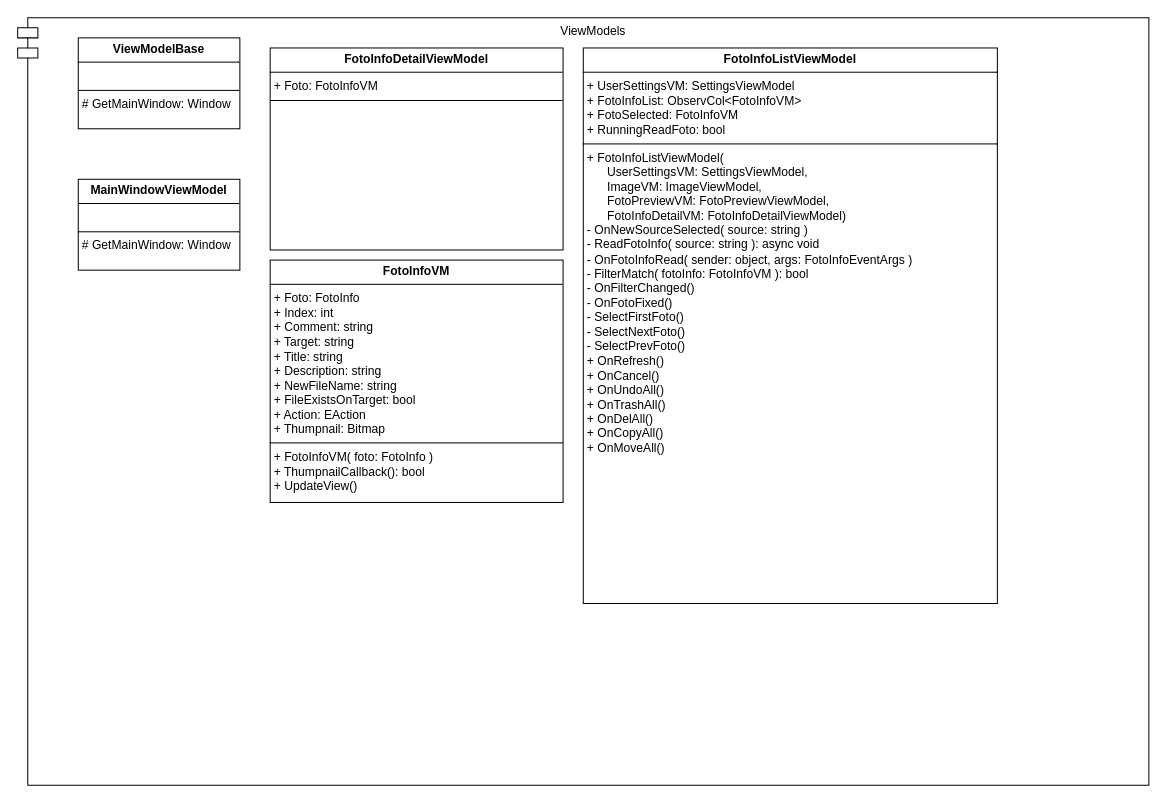
OliverSausA/osFotoFix keeps this draw.io diagram as page "ViewModels" (3 of 6) of DevDoc/osFotoFix-UML.drawio. Above is the earlier version. Source tidied: cells renumbered, new cells numbered last; positions are measured from the earlier drawing's top-left corner, leaving out a move shared by most shapes. Both pictures are drawn from the tidied source at 101%, with x=0, y=0 at pixel (17, 17).
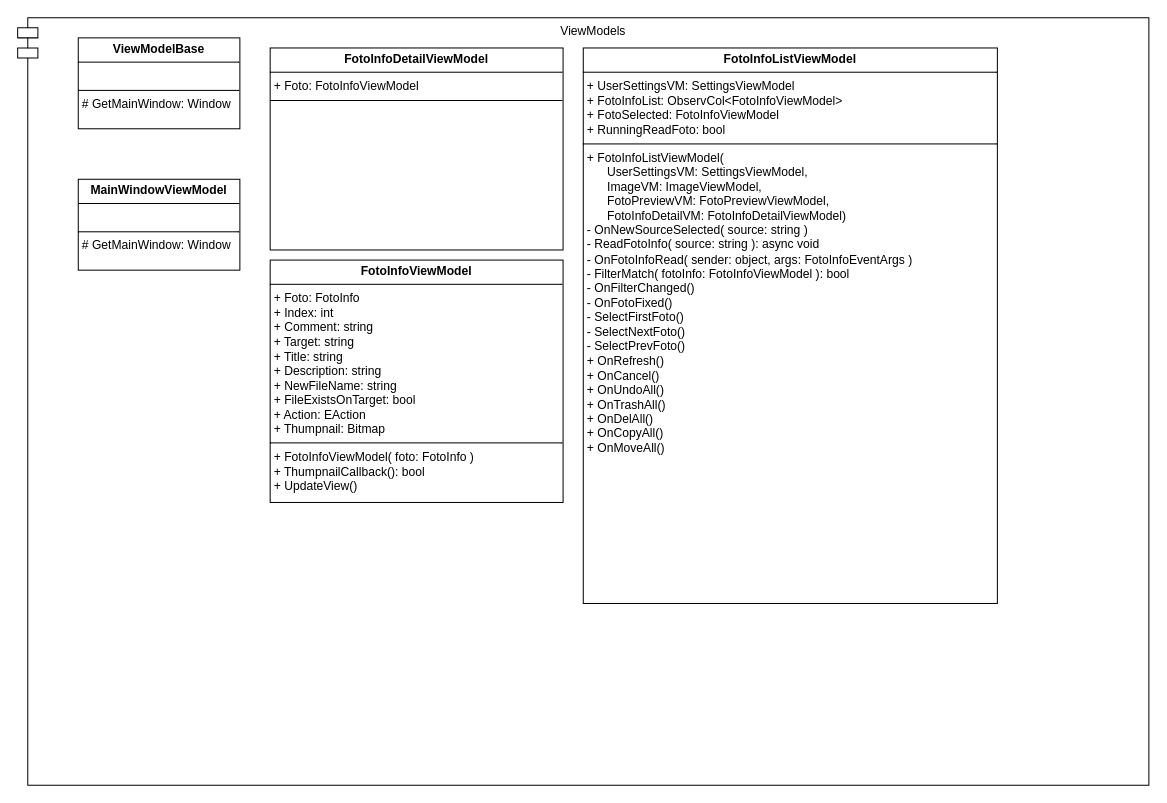
The same page after the edit.

The edit, as a diff of the source:
```diff
@@
 <mxGraphModel>
   <root>
     <mxCell id="0" />
     <mxCell id="1" parent="0" />
     <mxCell id="2" value="ViewModels" style="shape=module;align=left;spacingLeft=20;align=center;verticalAlign=top;whiteSpace=wrap;html=1;" parent="1" vertex="1">
       <mxGeometry width="1120" height="760" as="geometry" />
     </mxCell>
-    <mxCell id="3" value="&lt;p style=&quot;margin:0px;margin-top:4px;text-align:center;&quot;&gt;&lt;b&gt;FotoInfoDetailViewModel&lt;/b&gt;&lt;/p&gt;&lt;hr size=&quot;1&quot; style=&quot;border-style:solid;&quot;&gt;&lt;p style=&quot;margin:0px;margin-left:4px;&quot;&gt;+ Foto: FotoInfoVM&lt;/p&gt;&lt;hr size=&quot;1&quot; style=&quot;border-style:solid;&quot;&gt;&lt;p style=&quot;margin:0px;margin-left:4px;&quot;&gt;&lt;br&gt;&lt;/p&gt;" style="verticalAlign=top;align=left;overflow=fill;html=1;whiteSpace=wrap;" parent="1" vertex="1">
+    <mxCell id="3" value="&lt;p style=&quot;margin:0px;margin-top:4px;text-align:center;&quot;&gt;&lt;b&gt;FotoInfoDetailViewModel&lt;/b&gt;&lt;/p&gt;&lt;hr size=&quot;1&quot; style=&quot;border-style:solid;&quot;&gt;&lt;p style=&quot;margin:0px;margin-left:4px;&quot;&gt;+ Foto: FotoInfoViewModel&lt;/p&gt;&lt;hr size=&quot;1&quot; style=&quot;border-style:solid;&quot;&gt;&lt;p style=&quot;margin:0px;margin-left:4px;&quot;&gt;&lt;br&gt;&lt;/p&gt;" style="verticalAlign=top;align=left;overflow=fill;html=1;whiteSpace=wrap;" parent="1" vertex="1">
       <mxGeometry x="250" y="30" width="290" height="200" as="geometry" />
     </mxCell>
     <mxCell id="4" value="&lt;p style=&quot;margin:0px;margin-top:4px;text-align:center;&quot;&gt;&lt;b&gt;ViewModelBase&lt;/b&gt;&lt;/p&gt;&lt;hr size=&quot;1&quot; style=&quot;border-style:solid;&quot;&gt;&lt;p style=&quot;margin:0px;margin-left:4px;&quot;&gt;&lt;br&gt;&lt;/p&gt;&lt;hr size=&quot;1&quot; style=&quot;border-style:solid;&quot;&gt;&lt;p style=&quot;margin:0px;margin-left:4px;&quot;&gt;# GetMainWindow: Window&lt;/p&gt;" style="verticalAlign=top;align=left;overflow=fill;html=1;whiteSpace=wrap;" parent="1" vertex="1">
       <mxGeometry x="60" y="20" width="160" height="90" as="geometry" />
     </mxCell>
     <mxCell id="5" value="&lt;p style=&quot;margin:0px;margin-top:4px;text-align:center;&quot;&gt;&lt;b&gt;MainWindowViewModel&lt;/b&gt;&lt;/p&gt;&lt;hr size=&quot;1&quot; style=&quot;border-style:solid;&quot;&gt;&lt;p style=&quot;margin:0px;margin-left:4px;&quot;&gt;&lt;br&gt;&lt;/p&gt;&lt;hr size=&quot;1&quot; style=&quot;border-style:solid;&quot;&gt;&lt;p style=&quot;margin:0px;margin-left:4px;&quot;&gt;# GetMainWindow: Window&lt;/p&gt;" style="verticalAlign=top;align=left;overflow=fill;html=1;whiteSpace=wrap;" parent="1" vertex="1">
       <mxGeometry x="60" y="160" width="160" height="90" as="geometry" />
     </mxCell>
-    <mxCell id="6" value="&lt;p style=&quot;margin:0px;margin-top:4px;text-align:center;&quot;&gt;&lt;b&gt;FotoInfoVM&lt;/b&gt;&lt;/p&gt;&lt;hr size=&quot;1&quot; style=&quot;border-style:solid;&quot;&gt;&lt;p style=&quot;margin:0px;margin-left:4px;&quot;&gt;+ Foto: FotoInfo&lt;/p&gt;&lt;p style=&quot;margin:0px;margin-left:4px;&quot;&gt;+ Index: int&lt;/p&gt;&lt;p style=&quot;margin:0px;margin-left:4px;&quot;&gt;+ Comment: string&lt;/p&gt;&lt;p style=&quot;margin:0px;margin-left:4px;&quot;&gt;+ Target: string&lt;/p&gt;&lt;p style=&quot;margin:0px;margin-left:4px;&quot;&gt;+ Title: string&lt;/p&gt;&lt;p style=&quot;margin:0px;margin-left:4px;&quot;&gt;+ Description: string&lt;/p&gt;&lt;p style=&quot;margin:0px;margin-left:4px;&quot;&gt;+ NewFileName: string&lt;/p&gt;&lt;p style=&quot;margin:0px;margin-left:4px;&quot;&gt;+ FileExistsOnTarget: bool&lt;/p&gt;&lt;p style=&quot;margin:0px;margin-left:4px;&quot;&gt;+ Action: EAction&lt;/p&gt;&lt;p style=&quot;margin:0px;margin-left:4px;&quot;&gt;+ Thumpnail: Bitmap&lt;/p&gt;&lt;hr size=&quot;1&quot; style=&quot;border-style:solid;&quot;&gt;&lt;p style=&quot;margin:0px;margin-left:4px;&quot;&gt;+ FotoInfoVM( foto: FotoInfo )&lt;/p&gt;&lt;p style=&quot;margin:0px;margin-left:4px;&quot;&gt;+ ThumpnailCallback(): bool&lt;/p&gt;&lt;p style=&quot;margin:0px;margin-left:4px;&quot;&gt;+ UpdateView()&lt;/p&gt;" style="verticalAlign=top;align=left;overflow=fill;html=1;whiteSpace=wrap;" parent="1" vertex="1">
+    <mxCell id="6" value="&lt;p style=&quot;margin:0px;margin-top:4px;text-align:center;&quot;&gt;&lt;b&gt;FotoInfoViewModel&lt;/b&gt;&lt;/p&gt;&lt;hr size=&quot;1&quot; style=&quot;border-style:solid;&quot;&gt;&lt;p style=&quot;margin:0px;margin-left:4px;&quot;&gt;+ Foto: FotoInfo&lt;/p&gt;&lt;p style=&quot;margin:0px;margin-left:4px;&quot;&gt;+ Index: int&lt;/p&gt;&lt;p style=&quot;margin:0px;margin-left:4px;&quot;&gt;+ Comment: string&lt;/p&gt;&lt;p style=&quot;margin:0px;margin-left:4px;&quot;&gt;+ Target: string&lt;/p&gt;&lt;p style=&quot;margin:0px;margin-left:4px;&quot;&gt;+ Title: string&lt;/p&gt;&lt;p style=&quot;margin:0px;margin-left:4px;&quot;&gt;+ Description: string&lt;/p&gt;&lt;p style=&quot;margin:0px;margin-left:4px;&quot;&gt;+ NewFileName: string&lt;/p&gt;&lt;p style=&quot;margin:0px;margin-left:4px;&quot;&gt;+ FileExistsOnTarget: bool&lt;/p&gt;&lt;p style=&quot;margin:0px;margin-left:4px;&quot;&gt;+ Action: EAction&lt;/p&gt;&lt;p style=&quot;margin:0px;margin-left:4px;&quot;&gt;+ Thumpnail: Bitmap&lt;/p&gt;&lt;hr size=&quot;1&quot; style=&quot;border-style:solid;&quot;&gt;&lt;p style=&quot;margin:0px;margin-left:4px;&quot;&gt;+ FotoInfoViewModel( foto: FotoInfo )&lt;/p&gt;&lt;p style=&quot;margin:0px;margin-left:4px;&quot;&gt;+ ThumpnailCallback(): bool&lt;/p&gt;&lt;p style=&quot;margin:0px;margin-left:4px;&quot;&gt;+ UpdateView()&lt;/p&gt;" style="verticalAlign=top;align=left;overflow=fill;html=1;whiteSpace=wrap;" parent="1" vertex="1">
       <mxGeometry x="250" y="240" width="290" height="240" as="geometry" />
     </mxCell>
-    <mxCell id="7" value="&lt;p style=&quot;margin:0px;margin-top:4px;text-align:center;&quot;&gt;&lt;b&gt;FotoInfoListViewModel&lt;/b&gt;&lt;/p&gt;&lt;hr size=&quot;1&quot; style=&quot;border-style:solid;&quot;&gt;&lt;p style=&quot;margin:0px;margin-left:4px;&quot;&gt;+ UserSettingsVM: SettingsViewModel&lt;/p&gt;&lt;p style=&quot;margin:0px;margin-left:4px;&quot;&gt;+ FotoInfoList: ObservCol&amp;lt;FotoInfoVM&amp;gt;&lt;/p&gt;&lt;p style=&quot;margin:0px;margin-left:4px;&quot;&gt;+ FotoSelected: FotoInfoVM&lt;/p&gt;&lt;p style=&quot;margin:0px;margin-left:4px;&quot;&gt;+ RunningReadFoto: bool&lt;/p&gt;&lt;hr size=&quot;1&quot; style=&quot;border-style:solid;&quot;&gt;&lt;p style=&quot;margin:0px;margin-left:4px;&quot;&gt;+ FotoInfoListViewModel(&lt;br&gt;&lt;/p&gt;&lt;p style=&quot;margin:0px;margin-left:4px;&quot;&gt;&amp;nbsp; &amp;nbsp; &amp;nbsp; UserSettingsVM: SettingsViewModel,&lt;/p&gt;&lt;p style=&quot;margin:0px;margin-left:4px;&quot;&gt;&amp;nbsp; &amp;nbsp; &amp;nbsp; ImageVM: ImageViewModel,&lt;/p&gt;&lt;p style=&quot;margin:0px;margin-left:4px;&quot;&gt;&amp;nbsp; &amp;nbsp; &amp;nbsp; FotoPreviewVM: FotoPreviewViewModel,&lt;/p&gt;&lt;p style=&quot;margin:0px;margin-left:4px;&quot;&gt;&amp;nbsp; &amp;nbsp; &amp;nbsp; FotoInfoDetailVM: FotoInfoDetailViewModel)&lt;/p&gt;&lt;p style=&quot;margin:0px;margin-left:4px;&quot;&gt;- OnNewSourceSelected( source: string )&lt;/p&gt;&lt;p style=&quot;margin:0px;margin-left:4px;&quot;&gt;- ReadFotoInfo( source: string ): async void&lt;/p&gt;&lt;p style=&quot;margin:0px;margin-left:4px;&quot;&gt;- OnFotoInfoRead( sender: object, args: FotoInfoEventArgs )&lt;/p&gt;&lt;p style=&quot;margin:0px;margin-left:4px;&quot;&gt;- FilterMatch( fotoInfo: FotoInfoVM ): bool&lt;/p&gt;&lt;p style=&quot;margin:0px;margin-left:4px;&quot;&gt;- OnFilterChanged()&lt;/p&gt;&lt;p style=&quot;margin:0px;margin-left:4px;&quot;&gt;- OnFotoFixed()&lt;/p&gt;&lt;p style=&quot;margin:0px;margin-left:4px;&quot;&gt;- SelectFirstFoto()&lt;/p&gt;&lt;p style=&quot;margin:0px;margin-left:4px;&quot;&gt;- SelectNextFoto()&lt;/p&gt;&lt;p style=&quot;margin:0px;margin-left:4px;&quot;&gt;- SelectPrevFoto()&lt;/p&gt;&lt;p style=&quot;margin:0px;margin-left:4px;&quot;&gt;+ OnRefresh()&lt;/p&gt;&lt;p style=&quot;margin:0px;margin-left:4px;&quot;&gt;+ OnCancel()&lt;/p&gt;&lt;p style=&quot;margin:0px;margin-left:4px;&quot;&gt;+ OnUndoAll()&lt;/p&gt;&lt;p style=&quot;margin:0px;margin-left:4px;&quot;&gt;+ OnTrashAll()&lt;/p&gt;&lt;p style=&quot;margin:0px;margin-left:4px;&quot;&gt;+ OnDelAll()&lt;/p&gt;&lt;p style=&quot;margin:0px;margin-left:4px;&quot;&gt;+ OnCopyAll()&lt;/p&gt;&lt;p style=&quot;margin:0px;margin-left:4px;&quot;&gt;+ OnMoveAll()&lt;/p&gt;" style="verticalAlign=top;align=left;overflow=fill;html=1;whiteSpace=wrap;" parent="1" vertex="1">
+    <mxCell id="7" value="&lt;p style=&quot;margin:0px;margin-top:4px;text-align:center;&quot;&gt;&lt;b&gt;FotoInfoListViewModel&lt;/b&gt;&lt;/p&gt;&lt;hr size=&quot;1&quot; style=&quot;border-style:solid;&quot;&gt;&lt;p style=&quot;margin:0px;margin-left:4px;&quot;&gt;+ UserSettingsVM: SettingsViewModel&lt;/p&gt;&lt;p style=&quot;margin:0px;margin-left:4px;&quot;&gt;+ FotoInfoList: ObservCol&amp;lt;FotoInfoViewModel&amp;gt;&lt;/p&gt;&lt;p style=&quot;margin:0px;margin-left:4px;&quot;&gt;+ FotoSelected: FotoInfoViewModel&lt;/p&gt;&lt;p style=&quot;margin:0px;margin-left:4px;&quot;&gt;+ RunningReadFoto: bool&lt;/p&gt;&lt;hr size=&quot;1&quot; style=&quot;border-style:solid;&quot;&gt;&lt;p style=&quot;margin:0px;margin-left:4px;&quot;&gt;+ FotoInfoListViewModel(&lt;br&gt;&lt;/p&gt;&lt;p style=&quot;margin:0px;margin-left:4px;&quot;&gt;&amp;nbsp; &amp;nbsp; &amp;nbsp; UserSettingsVM: SettingsViewModel,&lt;/p&gt;&lt;p style=&quot;margin:0px;margin-left:4px;&quot;&gt;&amp;nbsp; &amp;nbsp; &amp;nbsp; ImageVM: ImageViewModel,&lt;/p&gt;&lt;p style=&quot;margin:0px;margin-left:4px;&quot;&gt;&amp;nbsp; &amp;nbsp; &amp;nbsp; FotoPreviewVM: FotoPreviewViewModel,&lt;/p&gt;&lt;p style=&quot;margin:0px;margin-left:4px;&quot;&gt;&amp;nbsp; &amp;nbsp; &amp;nbsp; FotoInfoDetailVM: FotoInfoDetailViewModel)&lt;/p&gt;&lt;p style=&quot;margin:0px;margin-left:4px;&quot;&gt;- OnNewSourceSelected( source: string )&lt;/p&gt;&lt;p style=&quot;margin:0px;margin-left:4px;&quot;&gt;- ReadFotoInfo( source: string ): async void&lt;/p&gt;&lt;p style=&quot;margin:0px;margin-left:4px;&quot;&gt;- OnFotoInfoRead( sender: object, args: FotoInfoEventArgs )&lt;/p&gt;&lt;p style=&quot;margin:0px;margin-left:4px;&quot;&gt;- FilterMatch( fotoInfo: FotoInfoViewModel ): bool&lt;/p&gt;&lt;p style=&quot;margin:0px;margin-left:4px;&quot;&gt;- OnFilterChanged()&lt;/p&gt;&lt;p style=&quot;margin:0px;margin-left:4px;&quot;&gt;- OnFotoFixed()&lt;/p&gt;&lt;p style=&quot;margin:0px;margin-left:4px;&quot;&gt;- SelectFirstFoto()&lt;/p&gt;&lt;p style=&quot;margin:0px;margin-left:4px;&quot;&gt;- SelectNextFoto()&lt;/p&gt;&lt;p style=&quot;margin:0px;margin-left:4px;&quot;&gt;- SelectPrevFoto()&lt;/p&gt;&lt;p style=&quot;margin:0px;margin-left:4px;&quot;&gt;+ OnRefresh()&lt;/p&gt;&lt;p style=&quot;margin:0px;margin-left:4px;&quot;&gt;+ OnCancel()&lt;/p&gt;&lt;p style=&quot;margin:0px;margin-left:4px;&quot;&gt;+ OnUndoAll()&lt;/p&gt;&lt;p style=&quot;margin:0px;margin-left:4px;&quot;&gt;+ OnTrashAll()&lt;/p&gt;&lt;p style=&quot;margin:0px;margin-left:4px;&quot;&gt;+ OnDelAll()&lt;/p&gt;&lt;p style=&quot;margin:0px;margin-left:4px;&quot;&gt;+ OnCopyAll()&lt;/p&gt;&lt;p style=&quot;margin:0px;margin-left:4px;&quot;&gt;+ OnMoveAll()&lt;/p&gt;" style="verticalAlign=top;align=left;overflow=fill;html=1;whiteSpace=wrap;" parent="1" vertex="1">
       <mxGeometry x="560" y="30" width="410" height="550" as="geometry" />
     </mxCell>
   </root>
 </mxGraphModel>
```
